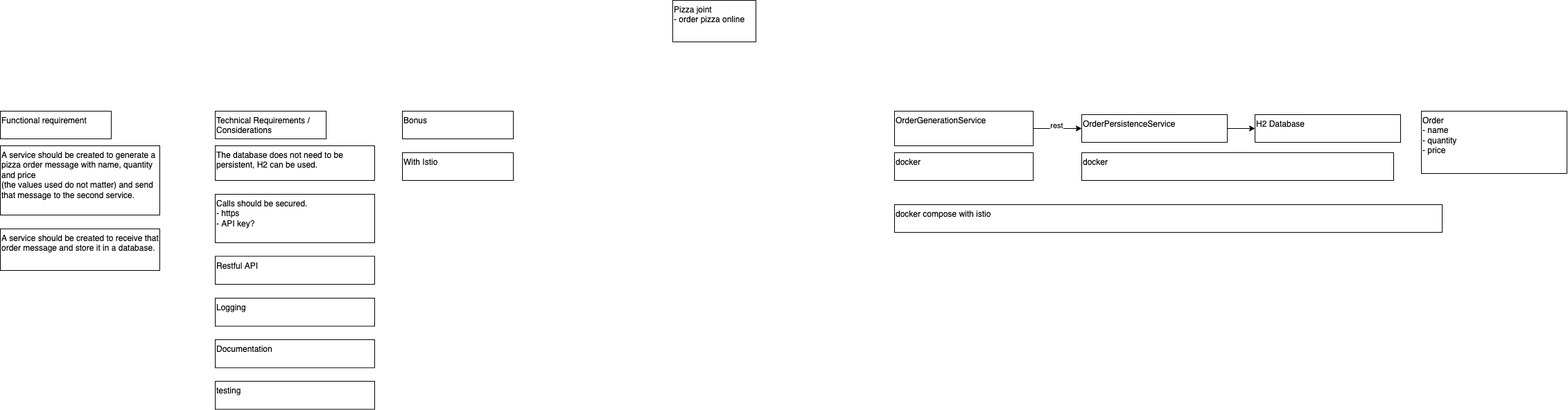
Raymondma-public/pizza-joint-services keeps this draw.io diagram as Pizza joint design.png. Above is the earlier version. Source tidied: cells renumbered, new cells last; positions are measured from the earlier drawing's top-left corner, leaving out a move shared by most shapes. Source of this version:
```xml
<mxGraphModel>
  <root>
    <mxCell id="0" />
    <mxCell id="1" parent="0" />
    <mxCell id="2" value="Pizza joint&lt;br&gt;- order pizza online" style="rounded=0;whiteSpace=wrap;html=1;align=left;verticalAlign=top;" parent="1" vertex="1">
      <mxGeometry x="970" width="120" height="60" as="geometry" />
    </mxCell>
    <mxCell id="3" value="Functional requirement" style="rounded=0;whiteSpace=wrap;html=1;align=left;verticalAlign=top;" parent="1" vertex="1">
      <mxGeometry y="160" width="160" height="40" as="geometry" />
    </mxCell>
    <mxCell id="4" value="&lt;div&gt;A service should be created to generate a pizza order message with name, quantity and price&lt;/div&gt;&lt;div&gt;(the values used do not matter) and send that message to the second service.&lt;/div&gt;" style="rounded=0;whiteSpace=wrap;html=1;align=left;verticalAlign=top;" parent="1" vertex="1">
      <mxGeometry y="210" width="230" height="100" as="geometry" />
    </mxCell>
    <mxCell id="5" value="A service should be created to receive that order message and store it in a database." style="rounded=0;whiteSpace=wrap;html=1;align=left;verticalAlign=top;" parent="1" vertex="1">
      <mxGeometry y="330" width="230" height="60" as="geometry" />
    </mxCell>
    <mxCell id="6" style="edgeStyle=orthogonalEdgeStyle;rounded=0;jettySize=auto;html=1;exitX=1;exitY=0.5;exitDx=0;exitDy=0;" parent="1" edge="1" source="7" target="11">
      <mxGeometry relative="1" as="geometry" />
    </mxCell>
    <mxCell id="7" value="OrderPersistenceService" style="rounded=0;whiteSpace=wrap;html=1;align=left;verticalAlign=top;" parent="1" vertex="1">
      <mxGeometry x="1560" y="165" width="210" height="40" as="geometry" />
    </mxCell>
    <mxCell id="8" style="edgeStyle=orthogonalEdgeStyle;rounded=0;jettySize=auto;html=1;exitX=1;exitY=0.5;exitDx=0;exitDy=0;" parent="1" edge="1" source="10" target="7">
      <mxGeometry relative="1" as="geometry" />
    </mxCell>
    <mxCell id="9" value="rest" style="edgeLabel;html=1;align=center;verticalAlign=middle;" parent="8" vertex="1">
      <mxGeometry x="-0.07" y="5" relative="1" as="geometry" />
    </mxCell>
    <mxCell id="10" value="OrderGenerationService" style="rounded=0;whiteSpace=wrap;html=1;align=left;verticalAlign=top;" parent="1" vertex="1">
      <mxGeometry x="1290" y="160" width="200" height="50" as="geometry" />
    </mxCell>
    <mxCell id="11" value="H2 Database" style="rounded=0;whiteSpace=wrap;html=1;align=left;verticalAlign=top;" parent="1" vertex="1">
      <mxGeometry x="1810" y="165" width="210" height="40" as="geometry" />
    </mxCell>
    <mxCell id="12" value="Order&lt;br&gt;- name&lt;br&gt;- quantity&lt;br&gt;- price" style="rounded=0;whiteSpace=wrap;html=1;align=left;verticalAlign=top;" parent="1" vertex="1">
      <mxGeometry x="2050" y="160" width="210" height="90" as="geometry" />
    </mxCell>
    <mxCell id="13" value="Technical Requirements / Considerations" style="rounded=0;whiteSpace=wrap;html=1;align=left;verticalAlign=top;" parent="1" vertex="1">
      <mxGeometry x="310" y="160" width="160" height="40" as="geometry" />
    </mxCell>
    <mxCell id="14" value="The database does not need to be persistent, H2 can be used." style="rounded=0;whiteSpace=wrap;html=1;align=left;verticalAlign=top;" parent="1" vertex="1">
      <mxGeometry x="310" y="210" width="230" height="50" as="geometry" />
    </mxCell>
    <mxCell id="15" value="Calls should be secured.&lt;br&gt;- https&lt;br&gt;- API key?" style="rounded=0;whiteSpace=wrap;html=1;align=left;verticalAlign=top;" parent="1" vertex="1">
      <mxGeometry x="310" y="280" width="230" height="70" as="geometry" />
    </mxCell>
    <mxCell id="16" value="Restful API" style="rounded=0;whiteSpace=wrap;html=1;align=left;verticalAlign=top;" parent="1" vertex="1">
      <mxGeometry x="310" y="369.5" width="230" height="40.5" as="geometry" />
    </mxCell>
    <mxCell id="17" value="Logging" style="rounded=0;whiteSpace=wrap;html=1;align=left;verticalAlign=top;" parent="1" vertex="1">
      <mxGeometry x="310" y="430" width="230" height="40.5" as="geometry" />
    </mxCell>
    <mxCell id="18" value="Documentation" style="rounded=0;whiteSpace=wrap;html=1;align=left;verticalAlign=top;" parent="1" vertex="1">
      <mxGeometry x="310" y="490" width="230" height="40.5" as="geometry" />
    </mxCell>
    <mxCell id="19" value="testing" style="rounded=0;whiteSpace=wrap;html=1;align=left;verticalAlign=top;" parent="1" vertex="1">
      <mxGeometry x="310" y="550" width="230" height="40.5" as="geometry" />
    </mxCell>
    <mxCell id="20" value="Bonus" style="rounded=0;whiteSpace=wrap;html=1;align=left;verticalAlign=top;" parent="1" vertex="1">
      <mxGeometry x="580" y="160" width="160" height="40" as="geometry" />
    </mxCell>
    <mxCell id="21" value="With Istio" style="rounded=0;whiteSpace=wrap;html=1;align=left;verticalAlign=top;" parent="1" vertex="1">
      <mxGeometry x="580" y="220" width="160" height="40" as="geometry" />
    </mxCell>
    <mxCell id="22" value="docker" style="rounded=0;whiteSpace=wrap;html=1;align=left;verticalAlign=top;" parent="1" vertex="1">
      <mxGeometry x="1290" y="220" width="200" height="40" as="geometry" />
    </mxCell>
    <mxCell id="23" value="docker" style="rounded=0;whiteSpace=wrap;html=1;align=left;verticalAlign=top;" parent="1" vertex="1">
      <mxGeometry x="1560" y="220" width="450" height="40" as="geometry" />
    </mxCell>
    <mxCell id="24" value="docker compose with istio&amp;nbsp;" style="rounded=0;whiteSpace=wrap;html=1;align=left;verticalAlign=top;" parent="1" vertex="1">
      <mxGeometry x="1290" y="295" width="790" height="40" as="geometry" />
    </mxCell>
  </root>
</mxGraphModel>
```
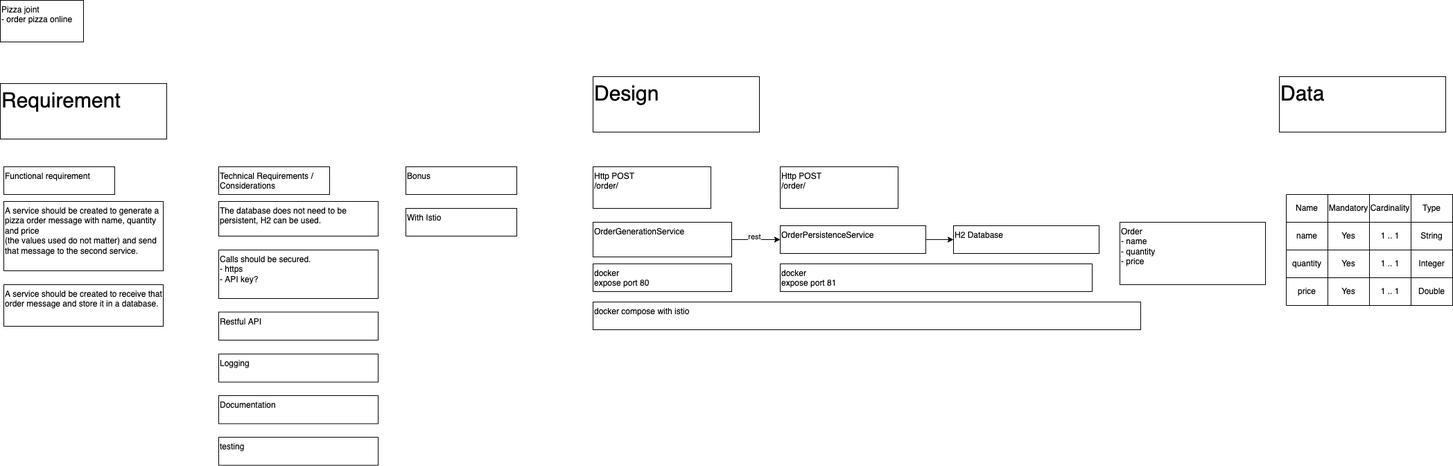
Above is the later version.

Commit message:
task: update readme to add description of the project and apis

The edit, as a diff of the source:
```diff
@@ -3,7 +3,7 @@
     <mxCell id="0" />
     <mxCell id="1" parent="0" />
     <mxCell id="2" value="Pizza joint&lt;br&gt;- order pizza online" style="rounded=0;whiteSpace=wrap;html=1;align=left;verticalAlign=top;" parent="1" vertex="1">
-      <mxGeometry x="970" width="120" height="60" as="geometry" />
+      <mxGeometry x="-5" y="-80" width="120" height="60" as="geometry" />
     </mxCell>
     <mxCell id="3" value="Functional requirement" style="rounded=0;whiteSpace=wrap;html=1;align=left;verticalAlign=top;" parent="1" vertex="1">
       <mxGeometry y="160" width="160" height="40" as="geometry" />
@@ -18,7 +18,7 @@
       <mxGeometry relative="1" as="geometry" />
     </mxCell>
     <mxCell id="7" value="OrderPersistenceService" style="rounded=0;whiteSpace=wrap;html=1;align=left;verticalAlign=top;" parent="1" vertex="1">
-      <mxGeometry x="1560" y="165" width="210" height="40" as="geometry" />
+      <mxGeometry x="1120" y="245" width="210" height="40" as="geometry" />
     </mxCell>
     <mxCell id="8" style="edgeStyle=orthogonalEdgeStyle;rounded=0;jettySize=auto;html=1;exitX=1;exitY=0.5;exitDx=0;exitDy=0;" parent="1" edge="1" source="10" target="7">
       <mxGeometry relative="1" as="geometry" />
@@ -27,13 +27,13 @@
       <mxGeometry x="-0.07" y="5" relative="1" as="geometry" />
     </mxCell>
     <mxCell id="10" value="OrderGenerationService" style="rounded=0;whiteSpace=wrap;html=1;align=left;verticalAlign=top;" parent="1" vertex="1">
-      <mxGeometry x="1290" y="160" width="200" height="50" as="geometry" />
+      <mxGeometry x="850" y="240" width="200" height="50" as="geometry" />
     </mxCell>
     <mxCell id="11" value="H2 Database" style="rounded=0;whiteSpace=wrap;html=1;align=left;verticalAlign=top;" parent="1" vertex="1">
-      <mxGeometry x="1810" y="165" width="210" height="40" as="geometry" />
+      <mxGeometry x="1370" y="245" width="210" height="40" as="geometry" />
     </mxCell>
     <mxCell id="12" value="Order&lt;br&gt;- name&lt;br&gt;- quantity&lt;br&gt;- price" style="rounded=0;whiteSpace=wrap;html=1;align=left;verticalAlign=top;" parent="1" vertex="1">
-      <mxGeometry x="2050" y="160" width="210" height="90" as="geometry" />
+      <mxGeometry x="1610" y="240" width="210" height="90" as="geometry" />
     </mxCell>
     <mxCell id="13" value="Technical Requirements / Considerations" style="rounded=0;whiteSpace=wrap;html=1;align=left;verticalAlign=top;" parent="1" vertex="1">
       <mxGeometry x="310" y="160" width="160" height="40" as="geometry" />
@@ -62,14 +62,92 @@
     <mxCell id="21" value="With Istio" style="rounded=0;whiteSpace=wrap;html=1;align=left;verticalAlign=top;" parent="1" vertex="1">
       <mxGeometry x="580" y="220" width="160" height="40" as="geometry" />
     </mxCell>
-    <mxCell id="22" value="docker" style="rounded=0;whiteSpace=wrap;html=1;align=left;verticalAlign=top;" parent="1" vertex="1">
-      <mxGeometry x="1290" y="220" width="200" height="40" as="geometry" />
+    <mxCell id="22" value="docker&lt;br&gt;expose port 80" style="rounded=0;whiteSpace=wrap;html=1;align=left;verticalAlign=top;" parent="1" vertex="1">
+      <mxGeometry x="850" y="300" width="200" height="40" as="geometry" />
     </mxCell>
-    <mxCell id="23" value="docker" style="rounded=0;whiteSpace=wrap;html=1;align=left;verticalAlign=top;" parent="1" vertex="1">
-      <mxGeometry x="1560" y="220" width="450" height="40" as="geometry" />
+    <mxCell id="23" value="docker&lt;br&gt;expose port 81" style="rounded=0;whiteSpace=wrap;html=1;align=left;verticalAlign=top;" parent="1" vertex="1">
+      <mxGeometry x="1120" y="300" width="450" height="40" as="geometry" />
     </mxCell>
     <mxCell id="24" value="docker compose with istio&amp;nbsp;" style="rounded=0;whiteSpace=wrap;html=1;align=left;verticalAlign=top;" parent="1" vertex="1">
-      <mxGeometry x="1290" y="295" width="790" height="40" as="geometry" />
+      <mxGeometry x="850" y="355" width="790" height="40" as="geometry" />
     </mxCell>
+    <mxCell id="25" value="Http POST&lt;br&gt;/order/" style="rounded=0;whiteSpace=wrap;html=1;align=left;verticalAlign=top;" parent="1" vertex="1">
+      <mxGeometry x="1120" y="160" width="170" height="60" as="geometry" />
+    </mxCell>
+    <mxCell id="26" value="Http POST&lt;br&gt;/order/" style="rounded=0;whiteSpace=wrap;html=1;align=left;verticalAlign=top;" parent="1" vertex="1">
+      <mxGeometry x="850" y="160" width="170" height="60" as="geometry" />
+    </mxCell>
+    <mxCell id="27" style="shape=table;startSize=0;" parent="1" vertex="1">
+      <mxGeometry x="1850" y="200" width="240" height="160" as="geometry" />
+    </mxCell>
+    <mxCell id="28" style="shape=tableRow;horizontal=0;startSize=0;swimlaneHead=0;swimlaneBody=0;top=0;left=0;bottom=0;right=0;fillColor=none;" parent="27" vertex="1">
+      <mxGeometry width="240" height="40" as="geometry" />
+    </mxCell>
+    <mxCell id="29" value="Name" style="shape=partialRectangle;html=1;whiteSpace=wrap;overflow=hidden;fillColor=none;top=0;left=0;bottom=0;right=0;" parent="28" vertex="1">
+      <mxGeometry width="60" height="40" as="geometry" />
+    </mxCell>
+    <mxCell id="30" value="Mandatory" style="shape=partialRectangle;html=1;whiteSpace=wrap;overflow=hidden;fillColor=none;top=0;left=0;bottom=0;right=0;" parent="28" vertex="1">
+      <mxGeometry x="60" width="60" height="40" as="geometry" />
+    </mxCell>
+    <mxCell id="31" value="Cardinality" style="shape=partialRectangle;html=1;whiteSpace=wrap;overflow=hidden;fillColor=none;top=0;left=0;bottom=0;right=0;" parent="28" vertex="1">
+      <mxGeometry x="120" width="60" height="40" as="geometry" />
+    </mxCell>
+    <mxCell id="32" value="Type" style="shape=partialRectangle;html=1;whiteSpace=wrap;overflow=hidden;fillColor=none;top=0;left=0;bottom=0;right=0;" parent="28" vertex="1">
+      <mxGeometry x="180" width="60" height="40" as="geometry" />
+    </mxCell>
+    <mxCell id="33" style="shape=tableRow;horizontal=0;startSize=0;swimlaneHead=0;swimlaneBody=0;top=0;left=0;bottom=0;right=0;fillColor=none;" parent="27" vertex="1">
+      <mxGeometry y="40" width="240" height="40" as="geometry" />
+    </mxCell>
+    <mxCell id="34" value="name" style="shape=partialRectangle;html=1;whiteSpace=wrap;overflow=hidden;fillColor=none;top=0;left=0;bottom=0;right=0;" parent="33" vertex="1">
+      <mxGeometry width="60" height="40" as="geometry" />
+    </mxCell>
+    <mxCell id="35" value="Yes" style="shape=partialRectangle;html=1;whiteSpace=wrap;overflow=hidden;fillColor=none;top=0;left=0;bottom=0;right=0;" parent="33" vertex="1">
+      <mxGeometry x="60" width="60" height="40" as="geometry" />
+    </mxCell>
+    <mxCell id="36" value="1 .. 1" style="shape=partialRectangle;html=1;whiteSpace=wrap;overflow=hidden;fillColor=none;top=0;left=0;bottom=0;right=0;" parent="33" vertex="1">
+      <mxGeometry x="120" width="60" height="40" as="geometry" />
+    </mxCell>
+    <mxCell id="37" value="String" style="shape=partialRectangle;html=1;whiteSpace=wrap;overflow=hidden;fillColor=none;top=0;left=0;bottom=0;right=0;" parent="33" vertex="1">
+      <mxGeometry x="180" width="60" height="40" as="geometry" />
+    </mxCell>
+    <mxCell id="38" style="shape=tableRow;horizontal=0;startSize=0;swimlaneHead=0;swimlaneBody=0;top=0;left=0;bottom=0;right=0;fillColor=none;" parent="27" vertex="1">
+      <mxGeometry y="80" width="240" height="40" as="geometry" />
+    </mxCell>
+    <mxCell id="39" value="quantity" style="shape=partialRectangle;html=1;whiteSpace=wrap;overflow=hidden;fillColor=none;top=0;left=0;bottom=0;right=0;" parent="38" vertex="1">
+      <mxGeometry width="60" height="40" as="geometry" />
+    </mxCell>
+    <mxCell id="40" value="Yes" style="shape=partialRectangle;html=1;whiteSpace=wrap;overflow=hidden;fillColor=none;top=0;left=0;bottom=0;right=0;" parent="38" vertex="1">
+      <mxGeometry x="60" width="60" height="40" as="geometry" />
+    </mxCell>
+    <mxCell id="41" value="&lt;span&gt;1 .. 1&lt;/span&gt;" style="shape=partialRectangle;html=1;whiteSpace=wrap;overflow=hidden;fillColor=none;top=0;left=0;bottom=0;right=0;" parent="38" vertex="1">
+      <mxGeometry x="120" width="60" height="40" as="geometry" />
+    </mxCell>
+    <mxCell id="42" value="Integer" style="shape=partialRectangle;html=1;whiteSpace=wrap;overflow=hidden;fillColor=none;top=0;left=0;bottom=0;right=0;" parent="38" vertex="1">
+      <mxGeometry x="180" width="60" height="40" as="geometry" />
+    </mxCell>
+    <mxCell id="43" style="shape=tableRow;horizontal=0;startSize=0;swimlaneHead=0;swimlaneBody=0;top=0;left=0;bottom=0;right=0;fillColor=none;" parent="27" vertex="1">
+      <mxGeometry y="120" width="240" height="40" as="geometry" />
+    </mxCell>
+    <mxCell id="44" value="price" style="shape=partialRectangle;html=1;whiteSpace=wrap;overflow=hidden;fillColor=none;top=0;left=0;bottom=0;right=0;" parent="43" vertex="1">
+      <mxGeometry width="60" height="40" as="geometry" />
+    </mxCell>
+    <mxCell id="45" value="Yes" style="shape=partialRectangle;html=1;whiteSpace=wrap;overflow=hidden;fillColor=none;top=0;left=0;bottom=0;right=0;" parent="43" vertex="1">
+      <mxGeometry x="60" width="60" height="40" as="geometry" />
+    </mxCell>
+    <mxCell id="46" value="&lt;span&gt;1 .. 1&lt;/span&gt;" style="shape=partialRectangle;html=1;whiteSpace=wrap;overflow=hidden;fillColor=none;top=0;left=0;bottom=0;right=0;" parent="43" vertex="1">
+      <mxGeometry x="120" width="60" height="40" as="geometry" />
+    </mxCell>
+    <mxCell id="47" value="Double" style="shape=partialRectangle;html=1;whiteSpace=wrap;overflow=hidden;fillColor=none;top=0;left=0;bottom=0;right=0;" parent="43" vertex="1">
+      <mxGeometry x="180" width="60" height="40" as="geometry" />
+    </mxCell>
+    <mxCell id="48" value="Requirement" style="rounded=0;whiteSpace=wrap;html=1;align=left;verticalAlign=top;fontSize=30;" parent="1" vertex="1">
+      <mxGeometry x="-5" y="40" width="240" height="80" as="geometry" />
+    </mxCell>
+    <mxCell id="49" value="Design" style="rounded=0;whiteSpace=wrap;html=1;align=left;verticalAlign=top;fontSize=30;" parent="1" vertex="1">
+      <mxGeometry x="850" y="30" width="240" height="80" as="geometry" />
+    </mxCell>
+    <mxCell id="50" value="Data" style="rounded=0;whiteSpace=wrap;html=1;align=left;verticalAlign=top;fontSize=30;" parent="1" vertex="1">
+      <mxGeometry x="1840" y="30" width="240" height="80" as="geometry" />
+    </mxCell>
   </root>
 </mxGraphModel>
```
